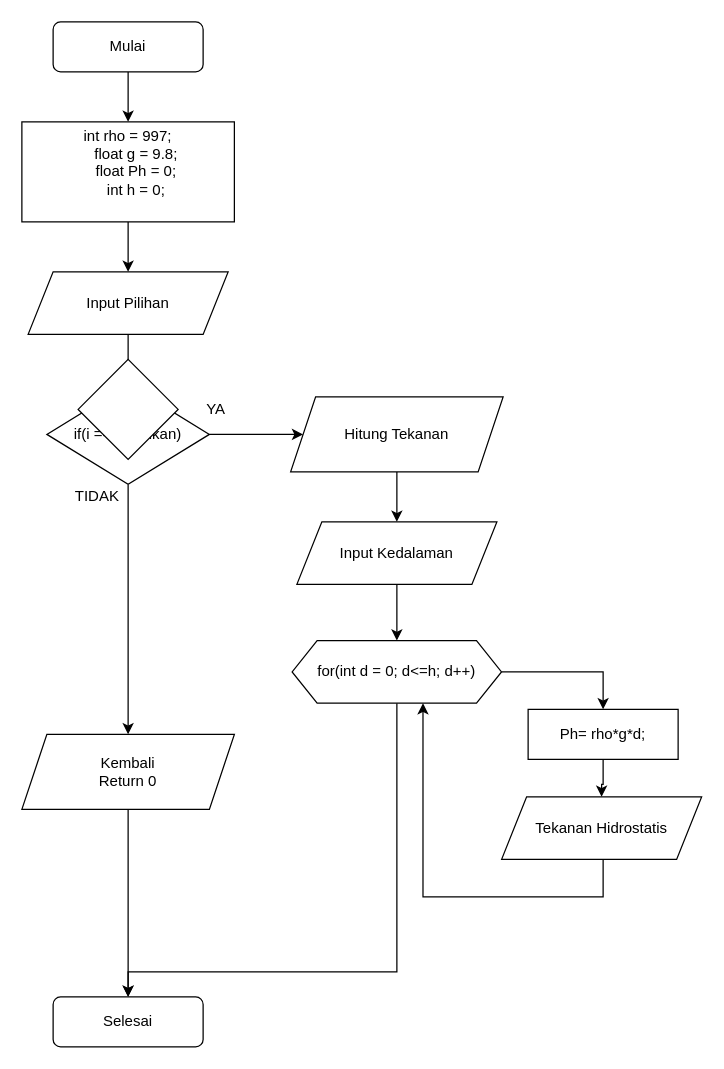
Before: Untitled Diagram.drawio in joeinus134131/OnlineDiagramProject, a draw.io diagram. Source tidied: cells renumbered, new cells numbered last; positions are measured from the earlier drawing's top-left corner, leaving out a move shared by most shapes. Both pictures are drawn from the tidied source at 125%, with x=0, y=0 at pixel (21, 21).
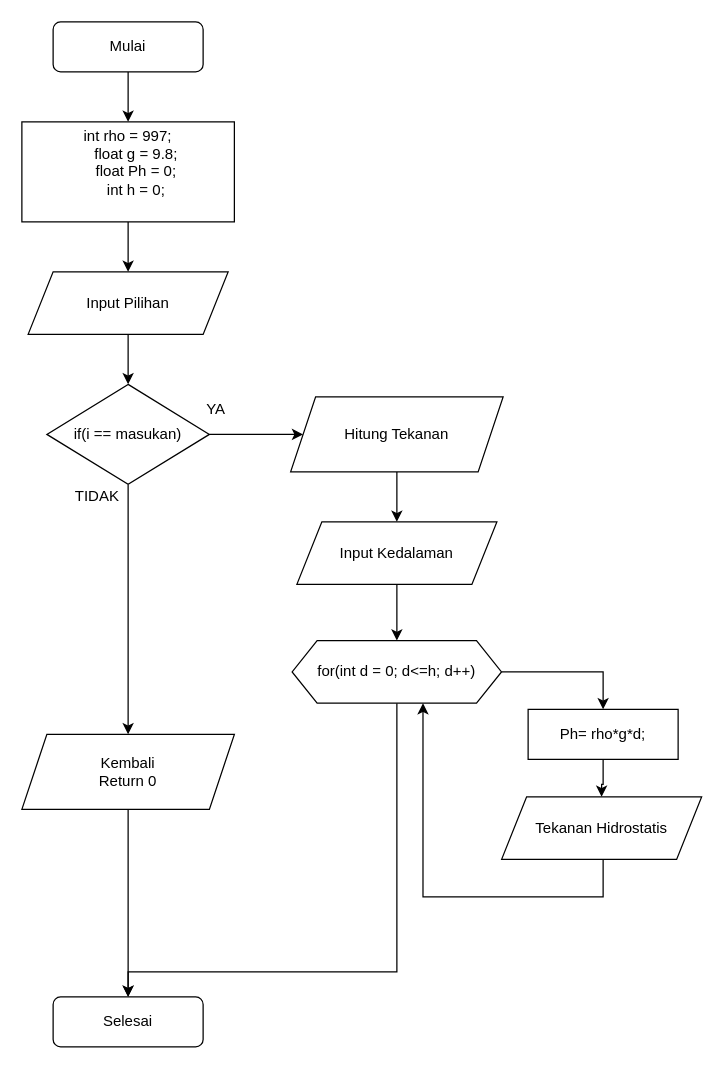
The same page after the edit.

Commit message:
Program1  Fisika  Diagram.drawio

The edit, as a diff of the source:
```diff
@@
-    <mxCell id="27" style="rhombus;whiteSpace=wrap;html=1;" parent="1" vertex="1">
-      <mxGeometry x="45" y="270" width="80" height="80" as="geometry" />
-    </mxCell>
```
